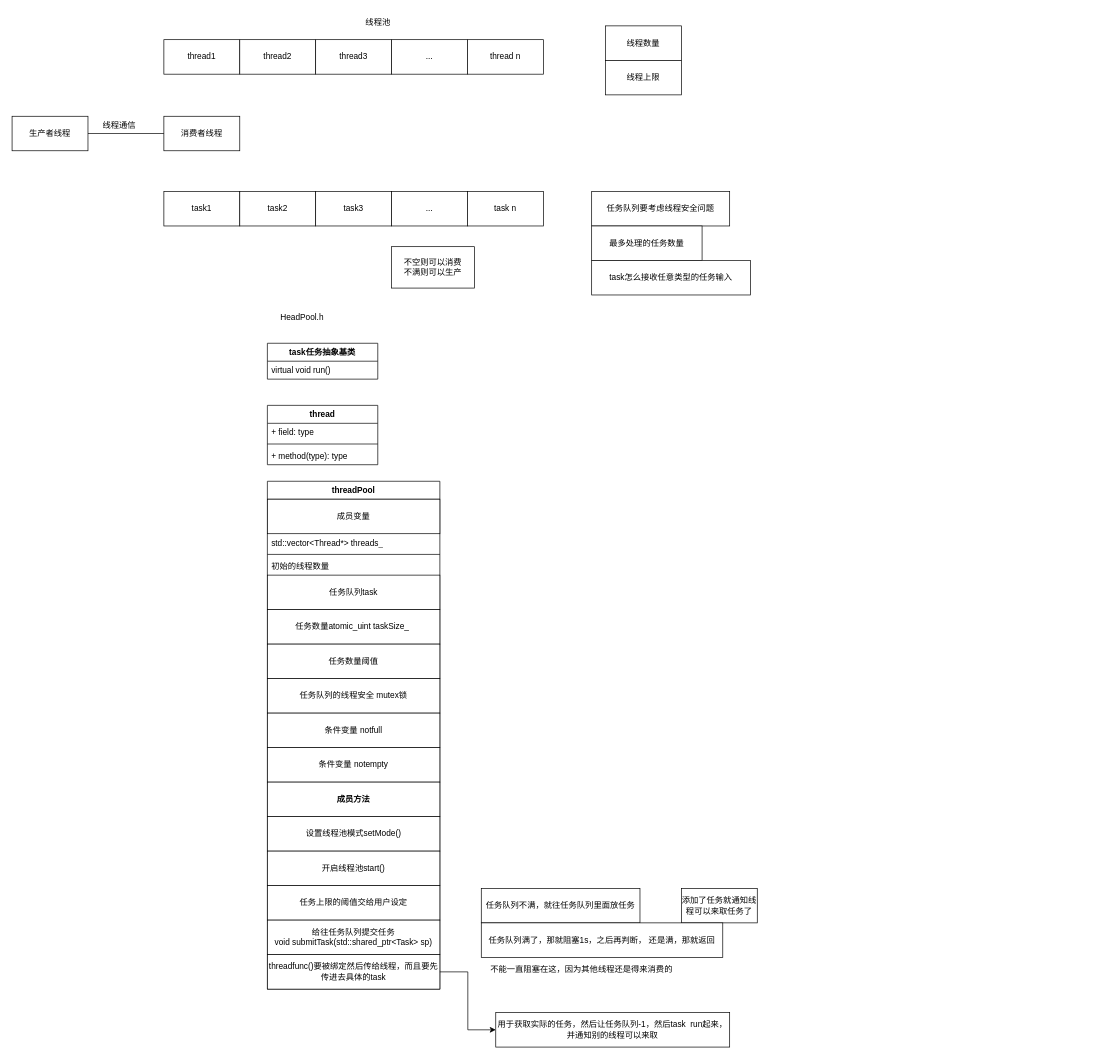
Before: 线程池.drawio in qq1937443459/Drawing-Repository, a draw.io diagram. Source tidied: cells renumbered, new cells numbered last; positions are measured from the earlier drawing's top-left corner, leaving out a move shared by most shapes. Both pictures are drawn from the tidied source at 69%, with x=0, y=0 at pixel (12, 12).
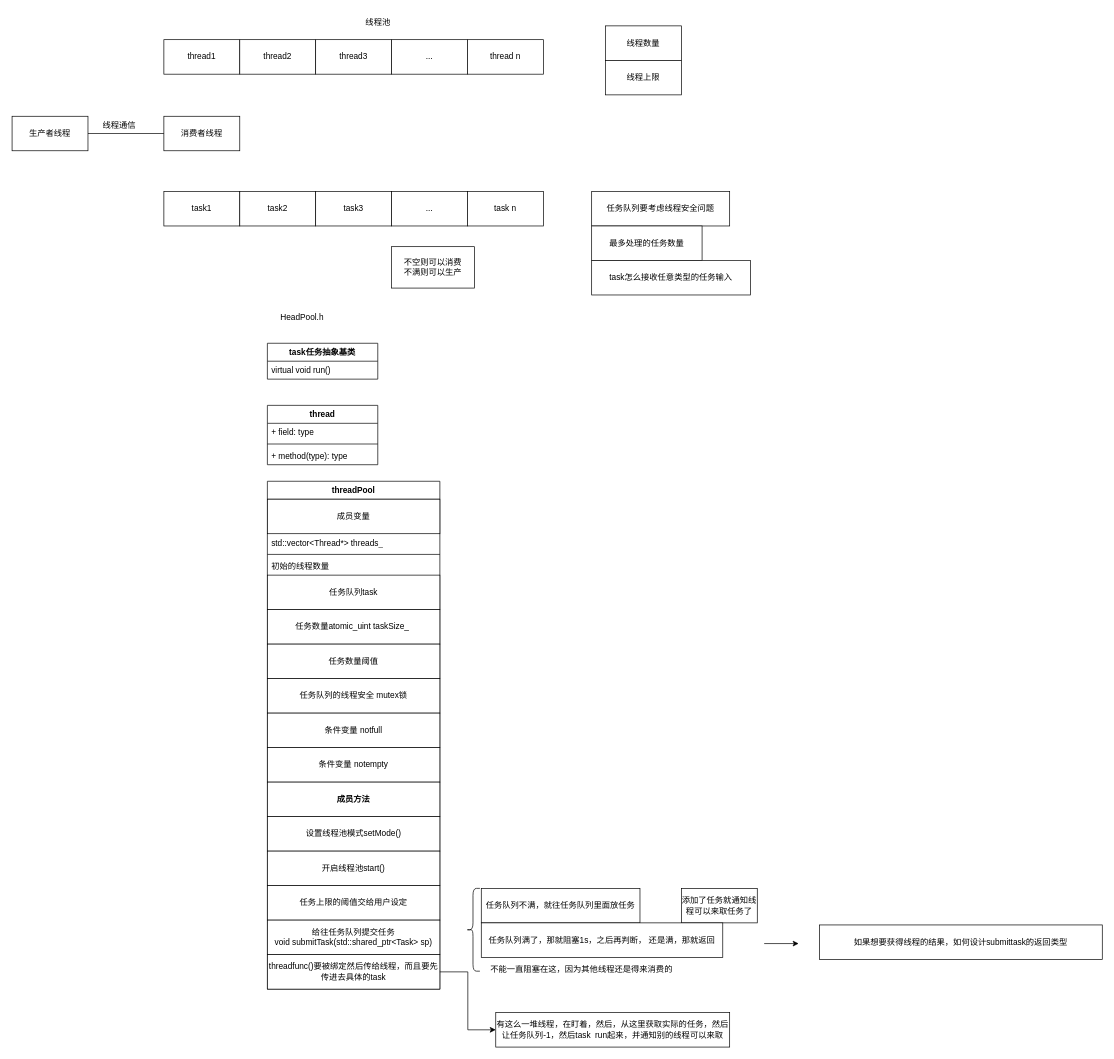
The same page after the edit.

Commit message:
更新线程池.drawio

What changed in the source:
```diff
@@
-    <mxCell id="51" value="用于获取实际的任务，然后让任务队列-1，然后task&amp;nbsp; run起来，并通知别的线程可以来取" style="html=1;whiteSpace=wrap;" parent="1" vertex="1">
+    <mxCell id="51" value="有这么一堆线程，在盯着，然后，从这里获取实际的任务，然后让任务队列-1，然后task&amp;nbsp; run起来，并通知别的线程可以来取" style="html=1;whiteSpace=wrap;" parent="1" vertex="1">
       <mxGeometry x="701" y="1450" width="339" height="50" as="geometry" />
     </mxCell>
@@
+    <mxCell id="53" value="如果想要获得线程的结果，如何设计submittask的返回类型" style="html=1;whiteSpace=wrap;" parent="1" vertex="1">
+      <mxGeometry x="1170" y="1323" width="410" height="50" as="geometry" />
+    </mxCell>
+    <mxCell id="54" style="shape=curlyBracket;whiteSpace=wrap;html=1;rounded=1;labelPosition=left;verticalLabelPosition=middle;align=right;verticalAlign=middle;" parent="1" vertex="1">
+      <mxGeometry x="658" y="1270" width="20" height="120" as="geometry" />
+    </mxCell>
+    <mxCell id="55" style="endArrow=classic;html=1;rounded=0;" parent="1" edge="1">
+      <mxGeometry relative="1" as="geometry">
+        <mxPoint x="1090" y="1350" as="sourcePoint" />
+        <mxPoint x="1140" y="1350" as="targetPoint" />
+      </mxGeometry>
+    </mxCell>
```
